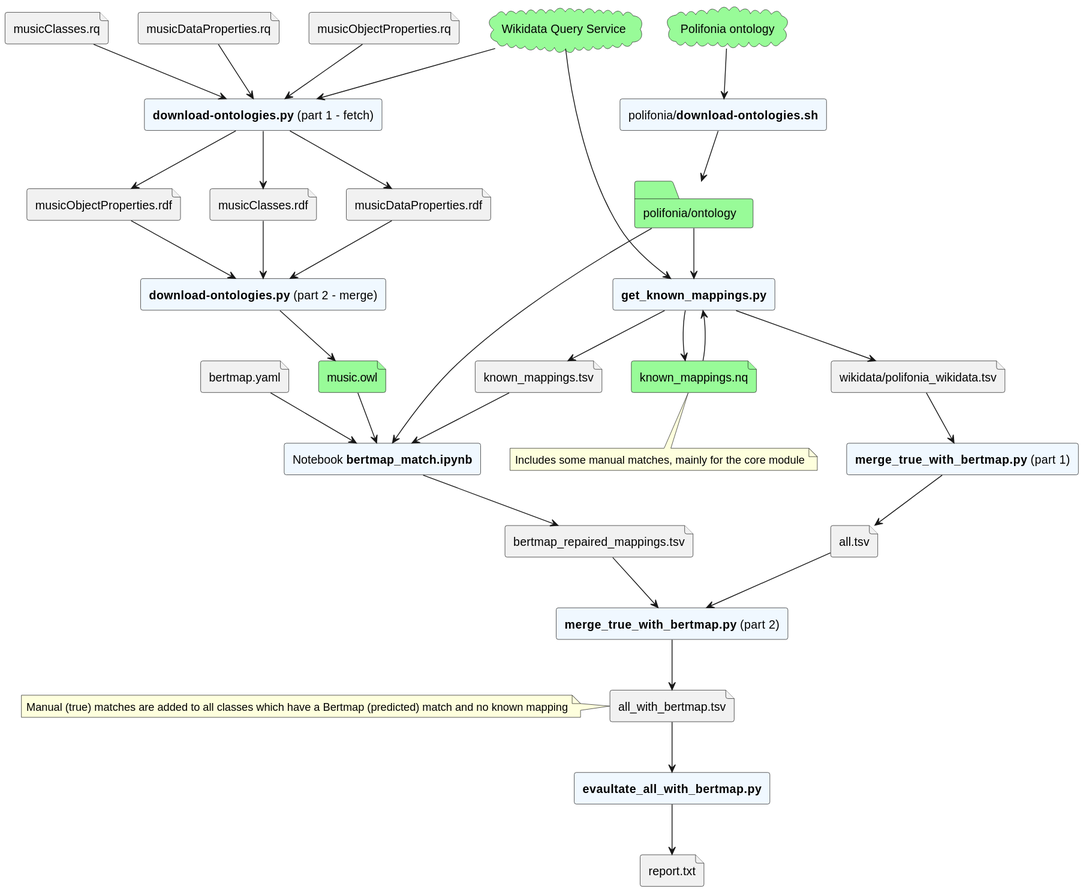
The PlantUML diagram flow.svg in Danysan1/unibo-ke-matching-ontologies, before a commit.
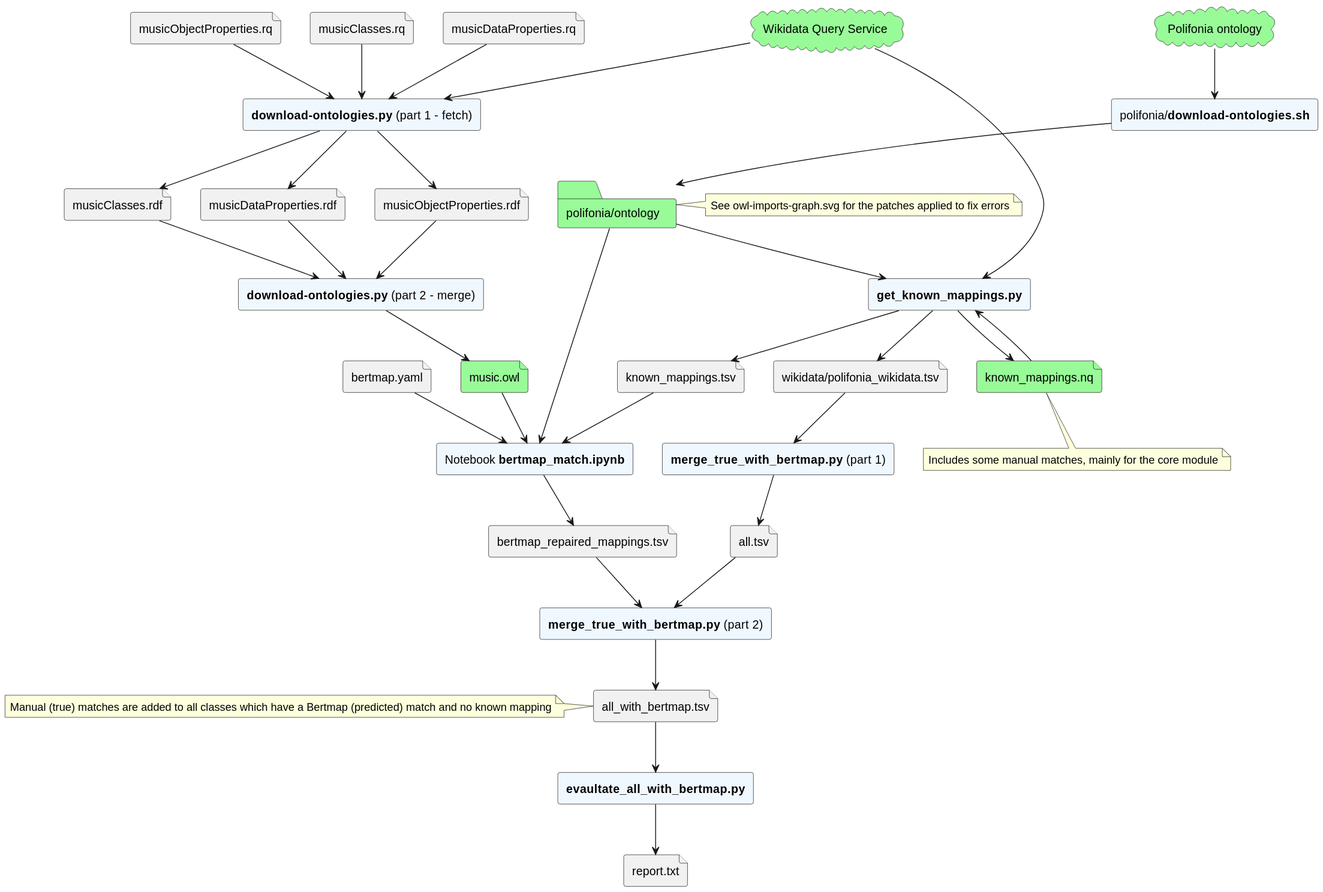
After the change.

Change to the diagram source:
```diff
@@ -27,6 +27,7 @@
 folder "polifonia/ontology" as polifoniaowl #palegreen
 polifonia --> downpolifonia
 downpolifonia --> polifoniaowl
+note right of polifoniaowl: See owl-imports-graph.svg for the patches applied to fix errors
 
 rectangle "**get_known_mappings.py**" as get_known_mappings #aliceblue
 file "known_mappings.tsv"
```
